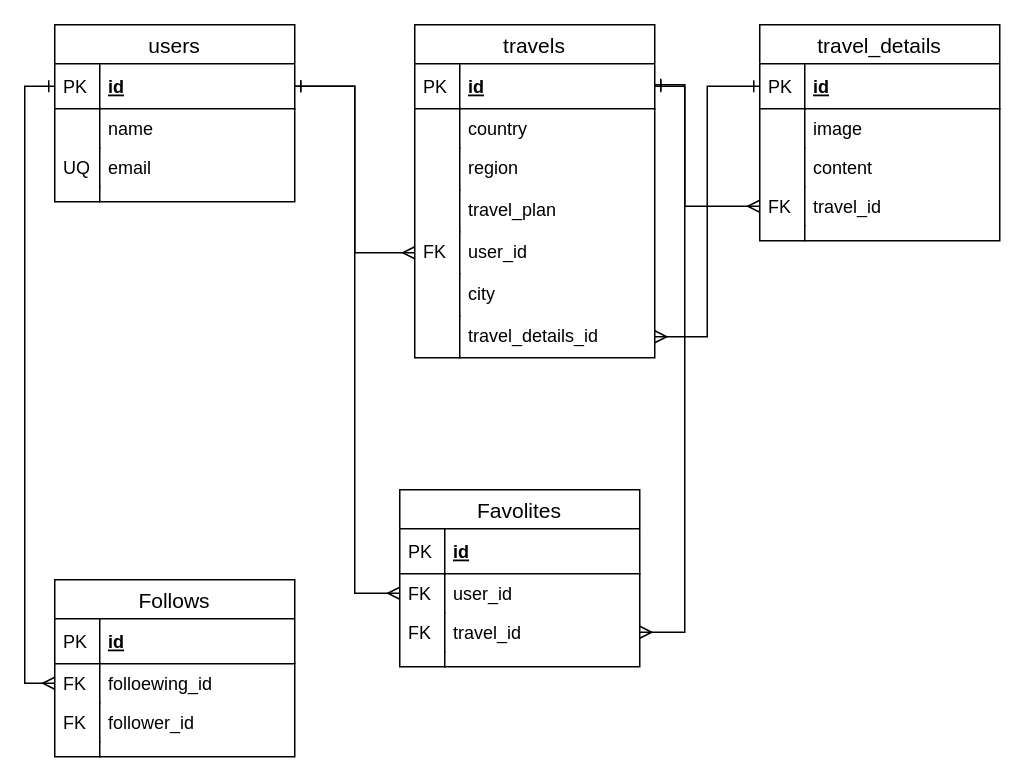
kimurakeisuke/enjoy_trip keeps this draw.io diagram as trip.drawio. Above is the earlier version. Source tidied: cells renumbered, new cells numbered last; positions are measured from the earlier drawing's top-left corner, leaving out a move shared by most shapes. Both pictures are drawn from the tidied source at 150%, with x=0, y=0 at pixel (54, 24).
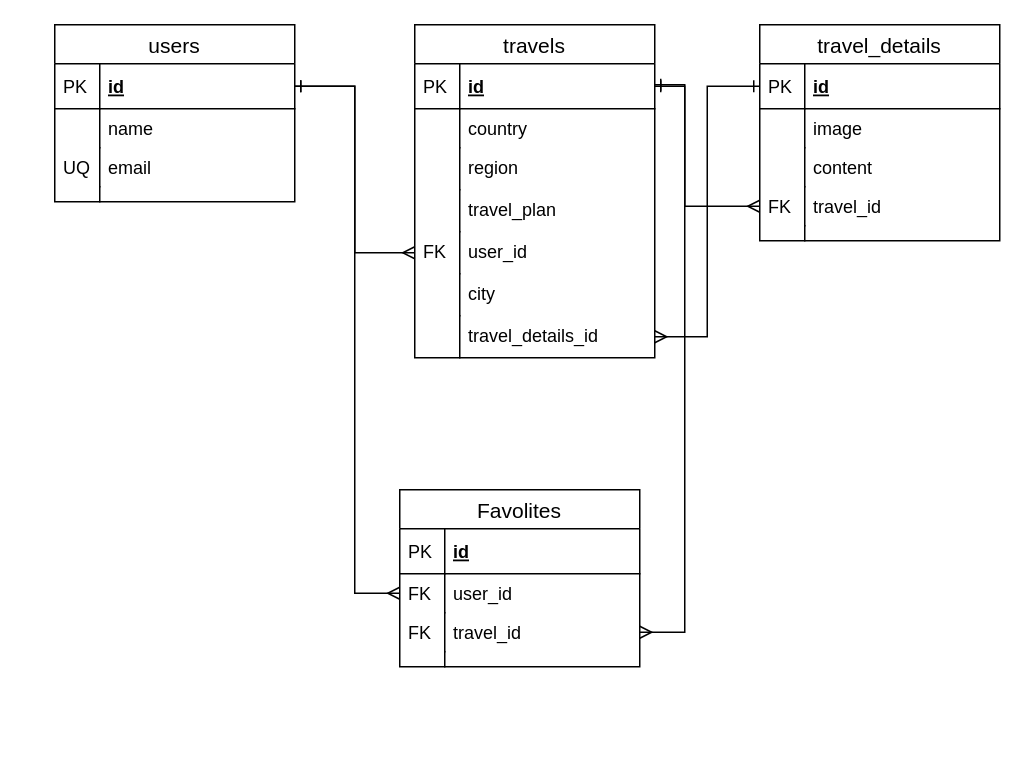
The same diagram, later.

The change refers to these unchanged cells:
```xml
<mxCell id="3" value="id" style="shape=partialRectangle;top=0;left=0;right=0;bottom=1;align=left;verticalAlign=middle;fillColor=none;spacingLeft=34;spacingRight=4;overflow=hidden;points=[[0,0.5],[1,0.5]];portConstraint=eastwest;fontStyle=5;fontSize=12;" parent="2" vertex="1">
  <mxGeometry y="26" width="160" height="30" as="geometry" />
</mxCell>
```

Diff of the diagram source:
```diff
@@
-    <mxCell id="28" style="edgeStyle=orthogonalEdgeStyle;rounded=0;jettySize=auto;html=1;exitX=0;exitY=0.5;exitDx=0;exitDy=0;entryX=0;entryY=0.5;entryDx=0;entryDy=0;startArrow=ERone;startFill=0;endArrow=ERmany;endFill=0;" parent="1" edge="1" source="3" target="32">
-      <mxGeometry relative="1" as="geometry" />
-    </mxCell>
-    <mxCell id="29" value="Follows" style="swimlane;fontStyle=0;horizontal=1;startSize=26;align=center;fontSize=14;" parent="1" vertex="1">
-      <mxGeometry y="370" width="160" height="118" as="geometry" />
-    </mxCell>
-    <mxCell id="30" value="id" style="shape=partialRectangle;top=0;left=0;right=0;bottom=1;align=left;verticalAlign=middle;fillColor=none;spacingLeft=34;spacingRight=4;overflow=hidden;fontStyle=5;fontSize=12;" parent="29" vertex="1">
-      <mxGeometry y="26" width="160" height="30" as="geometry" />
-    </mxCell>
-    <mxCell id="31" value="PK" style="shape=partialRectangle;top=0;left=0;bottom=0;fillColor=none;align=left;verticalAlign=middle;spacingLeft=4;spacingRight=4;overflow=hidden;fontSize=12;" parent="30" vertex="1">
-      <mxGeometry width="30" height="30" as="geometry" />
-    </mxCell>
-    <mxCell id="32" value="folloewing_id" style="shape=partialRectangle;top=0;left=0;right=0;bottom=0;align=left;verticalAlign=top;fillColor=none;spacingLeft=34;spacingRight=4;overflow=hidden;points=[[0,0.5],[1,0.5]];portConstraint=eastwest;fontSize=12;" parent="29" vertex="1">
-      <mxGeometry y="56" width="160" height="26" as="geometry" />
-    </mxCell>
-    <mxCell id="33" value="FK" style="shape=partialRectangle;top=0;left=0;bottom=0;fillColor=none;align=left;verticalAlign=top;spacingLeft=4;spacingRight=4;overflow=hidden;fontSize=12;" parent="32" vertex="1">
-      <mxGeometry width="30" height="26" as="geometry" />
-    </mxCell>
-    <mxCell id="34" value="follower_id" style="shape=partialRectangle;top=0;left=0;right=0;bottom=0;align=left;verticalAlign=top;fillColor=none;spacingLeft=34;spacingRight=4;overflow=hidden;fontSize=12;" parent="29" vertex="1">
-      <mxGeometry y="82" width="160" height="26" as="geometry" />
-    </mxCell>
-    <mxCell id="35" value="FK" style="shape=partialRectangle;top=0;left=0;bottom=0;fillColor=none;align=left;verticalAlign=top;spacingLeft=4;spacingRight=4;overflow=hidden;fontSize=12;" parent="34" vertex="1">
-      <mxGeometry width="30" height="26" as="geometry" />
-    </mxCell>
-    <mxCell id="36" style="shape=partialRectangle;top=0;left=0;right=0;bottom=0;align=left;verticalAlign=top;fillColor=none;spacingLeft=34;spacingRight=4;overflow=hidden;fontSize=12;" parent="29" vertex="1">
-      <mxGeometry y="108" width="160" height="10" as="geometry" />
-    </mxCell>
-    <mxCell id="37" style="shape=partialRectangle;top=0;left=0;bottom=0;fillColor=none;align=left;verticalAlign=top;spacingLeft=4;spacingRight=4;overflow=hidden;fontSize=12;" parent="36" vertex="1">
-      <mxGeometry width="30" height="10" as="geometry" />
-    </mxCell>
```
